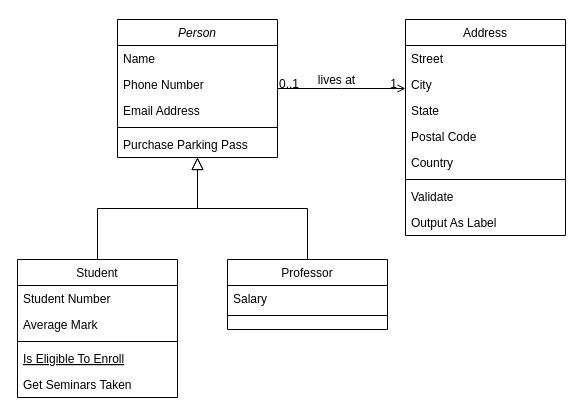
Shiroyasha95/BD1 keeps this draw.io diagram as Ejercicio 1.drawio. Above is the earlier version. Source tidied: cells renumbered, new cells numbered last; positions are measured from the earlier drawing's top-left corner, leaving out a move shared by most shapes. Both pictures are drawn from the tidied source at 100%, with x=0, y=0 at pixel (17, 19).
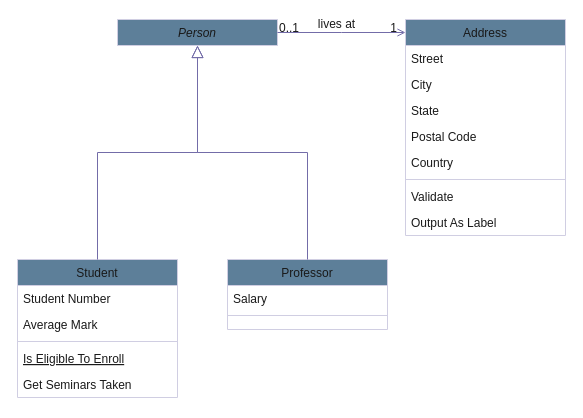
The same page after the edit.

What changed in the source:
```diff
@@
-    <mxCell id="2" value="Person" style="swimlane;fontStyle=2;align=center;verticalAlign=top;horizontal=1;startSize=26;rounded=0;shadow=0;strokeWidth=1;" parent="1" vertex="1">
-      <mxGeometry x="100" width="160" height="138" as="geometry" />
+    <mxCell id="2" value="Person" style="swimlane;fontStyle=2;align=center;verticalAlign=top;horizontal=1;startSize=26;rounded=0;shadow=0;strokeWidth=1;fillColor=#5D7F99;strokeColor=#D0CEE2;fontColor=#1A1A1A;" parent="1" vertex="1" collapsed="1">
+      <mxGeometry x="100" width="160" height="26" as="geometry" />
     </mxCell>
-    <mxCell id="3" value="Name" style="text;align=left;verticalAlign=top;spacingLeft=4;spacingRight=4;overflow=hidden;" parent="2" vertex="1">
-      <mxGeometry y="26" width="160" height="26" as="geometry" />
-    </mxCell>
-    <mxCell id="4" value="Phone Number" style="text;align=left;verticalAlign=top;spacingLeft=4;spacingRight=4;overflow=hidden;rounded=0;shadow=0;html=0;" parent="2" vertex="1">
-      <mxGeometry y="52" width="160" height="26" as="geometry" />
-    </mxCell>
-    <mxCell id="5" value="Email Address" style="text;align=left;verticalAlign=top;spacingLeft=4;spacingRight=4;overflow=hidden;rounded=0;shadow=0;html=0;" parent="2" vertex="1">
-      <mxGeometry y="78" width="160" height="26" as="geometry" />
-    </mxCell>
-    <mxCell id="6" style="line;html=1;strokeWidth=1;align=left;verticalAlign=middle;spacingTop=-1;spacingLeft=3;spacingRight=3;labelPosition=right;" parent="2" vertex="1">
-      <mxGeometry y="104" width="160" height="8" as="geometry" />
-    </mxCell>
-    <mxCell id="7" value="Purchase Parking Pass" style="text;align=left;verticalAlign=top;spacingLeft=4;spacingRight=4;overflow=hidden;" parent="2" vertex="1">
-      <mxGeometry y="112" width="160" height="26" as="geometry" />
-    </mxCell>
-    <mxCell id="8" value="Student" style="swimlane;fontStyle=0;align=center;verticalAlign=top;horizontal=1;startSize=26;rounded=0;shadow=0;strokeWidth=1;" parent="1" vertex="1">
+    <mxCell id="8" value="Student" style="swimlane;fontStyle=0;align=center;verticalAlign=top;horizontal=1;startSize=26;rounded=0;shadow=0;strokeWidth=1;fillColor=#5D7F99;strokeColor=#D0CEE2;fontColor=#1A1A1A;" parent="1" vertex="1">
       <mxGeometry y="240" width="160" height="138" as="geometry" />
     </mxCell>
-    <mxCell id="9" value="Student Number" style="text;align=left;verticalAlign=top;spacingLeft=4;spacingRight=4;overflow=hidden;" parent="8" vertex="1">
+    <mxCell id="9" value="Student Number" style="text;align=left;verticalAlign=top;spacingLeft=4;spacingRight=4;overflow=hidden;fontColor=#1A1A1A;" parent="8" vertex="1">
       <mxGeometry y="26" width="160" height="26" as="geometry" />
     </mxCell>
-    <mxCell id="10" value="Average Mark" style="text;align=left;verticalAlign=top;spacingLeft=4;spacingRight=4;overflow=hidden;rounded=0;shadow=0;html=0;" parent="8" vertex="1">
+    <mxCell id="10" value="Average Mark" style="text;align=left;verticalAlign=top;spacingLeft=4;spacingRight=4;overflow=hidden;rounded=0;shadow=0;html=0;fontColor=#1A1A1A;" parent="8" vertex="1">
       <mxGeometry y="52" width="160" height="26" as="geometry" />
     </mxCell>
-    <mxCell id="11" style="line;html=1;strokeWidth=1;align=left;verticalAlign=middle;spacingTop=-1;spacingLeft=3;spacingRight=3;labelPosition=right;" parent="8" vertex="1">
+    <mxCell id="11" style="line;html=1;strokeWidth=1;align=left;verticalAlign=middle;spacingTop=-1;spacingLeft=3;spacingRight=3;labelPosition=right;fillColor=#5D7F99;strokeColor=#D0CEE2;fontColor=#1A1A1A;" parent="8" vertex="1">
       <mxGeometry y="78" width="160" height="8" as="geometry" />
     </mxCell>
-    <mxCell id="12" value="Is Eligible To Enroll" style="text;align=left;verticalAlign=top;spacingLeft=4;spacingRight=4;overflow=hidden;fontStyle=4;" parent="8" vertex="1">
+    <mxCell id="12" value="Is Eligible To Enroll" style="text;align=left;verticalAlign=top;spacingLeft=4;spacingRight=4;overflow=hidden;fontStyle=4;fontColor=#1A1A1A;" parent="8" vertex="1">
       <mxGeometry y="86" width="160" height="26" as="geometry" />
     </mxCell>
-    <mxCell id="13" value="Get Seminars Taken" style="text;align=left;verticalAlign=top;spacingLeft=4;spacingRight=4;overflow=hidden;" parent="8" vertex="1">
+    <mxCell id="13" value="Get Seminars Taken" style="text;align=left;verticalAlign=top;spacingLeft=4;spacingRight=4;overflow=hidden;fontColor=#1A1A1A;" parent="8" vertex="1">
       <mxGeometry y="112" width="160" height="26" as="geometry" />
     </mxCell>
-    <mxCell id="14" style="endArrow=block;endSize=10;endFill=0;shadow=0;strokeWidth=1;rounded=0;edgeStyle=elbowEdgeStyle;elbow=vertical;" parent="1" edge="1" source="8" target="2">
+    <mxCell id="14" style="endArrow=block;endSize=10;endFill=0;shadow=0;strokeWidth=1;rounded=0;edgeStyle=elbowEdgeStyle;elbow=vertical;strokeColor=#736CA8;fontColor=#1A1A1A;" parent="1" edge="1" source="8" target="2">
       <mxGeometry relative="1" as="geometry" />
     </mxCell>
-    <mxCell id="15" value="Professor" style="swimlane;fontStyle=0;align=center;verticalAlign=top;horizontal=1;startSize=26;rounded=0;shadow=0;strokeWidth=1;" parent="1" vertex="1">
+    <mxCell id="15" value="Professor" style="swimlane;fontStyle=0;align=center;verticalAlign=top;horizontal=1;startSize=26;rounded=0;shadow=0;strokeWidth=1;fillColor=#5D7F99;strokeColor=#D0CEE2;fontColor=#1A1A1A;" parent="1" vertex="1">
       <mxGeometry x="210" y="240" width="160" height="70" as="geometry" />
     </mxCell>
-    <mxCell id="16" value="Salary" style="text;align=left;verticalAlign=top;spacingLeft=4;spacingRight=4;overflow=hidden;" parent="15" vertex="1">
+    <mxCell id="16" value="Salary" style="text;align=left;verticalAlign=top;spacingLeft=4;spacingRight=4;overflow=hidden;fontColor=#1A1A1A;" parent="15" vertex="1">
       <mxGeometry y="26" width="160" height="26" as="geometry" />
     </mxCell>
-    <mxCell id="17" style="line;html=1;strokeWidth=1;align=left;verticalAlign=middle;spacingTop=-1;spacingLeft=3;spacingRight=3;labelPosition=right;" parent="15" vertex="1">
+    <mxCell id="17" style="line;html=1;strokeWidth=1;align=left;verticalAlign=middle;spacingTop=-1;spacingLeft=3;spacingRight=3;labelPosition=right;fillColor=#5D7F99;strokeColor=#D0CEE2;fontColor=#1A1A1A;" parent="15" vertex="1">
       <mxGeometry y="52" width="160" height="8" as="geometry" />
     </mxCell>
-    <mxCell id="18" style="endArrow=block;endSize=10;endFill=0;shadow=0;strokeWidth=1;rounded=0;edgeStyle=elbowEdgeStyle;elbow=vertical;" parent="1" edge="1" source="15" target="2">
+    <mxCell id="18" style="endArrow=block;endSize=10;endFill=0;shadow=0;strokeWidth=1;rounded=0;edgeStyle=elbowEdgeStyle;elbow=vertical;strokeColor=#736CA8;fontColor=#1A1A1A;" parent="1" edge="1" source="15" target="2">
       <mxGeometry relative="1" as="geometry" />
     </mxCell>
-    <mxCell id="19" value="Address" style="swimlane;fontStyle=0;align=center;verticalAlign=top;horizontal=1;startSize=26;rounded=0;shadow=0;strokeWidth=1;" parent="1" vertex="1">
+    <mxCell id="19" value="Address" style="swimlane;fontStyle=0;align=center;verticalAlign=top;horizontal=1;startSize=26;rounded=0;shadow=0;strokeWidth=1;fillColor=#5D7F99;strokeColor=#D0CEE2;fontColor=#1A1A1A;" parent="1" vertex="1">
       <mxGeometry x="388" width="160" height="216" as="geometry" />
     </mxCell>
-    <mxCell id="20" value="Street" style="text;align=left;verticalAlign=top;spacingLeft=4;spacingRight=4;overflow=hidden;" parent="19" vertex="1">
+    <mxCell id="20" value="Street" style="text;align=left;verticalAlign=top;spacingLeft=4;spacingRight=4;overflow=hidden;fontColor=#1A1A1A;" parent="19" vertex="1">
       <mxGeometry y="26" width="160" height="26" as="geometry" />
     </mxCell>
-    <mxCell id="21" value="City" style="text;align=left;verticalAlign=top;spacingLeft=4;spacingRight=4;overflow=hidden;rounded=0;shadow=0;html=0;" parent="19" vertex="1">
+    <mxCell id="21" value="City" style="text;align=left;verticalAlign=top;spacingLeft=4;spacingRight=4;overflow=hidden;rounded=0;shadow=0;html=0;fontColor=#1A1A1A;" parent="19" vertex="1">
       <mxGeometry y="52" width="160" height="26" as="geometry" />
     </mxCell>
-    <mxCell id="22" value="State" style="text;align=left;verticalAlign=top;spacingLeft=4;spacingRight=4;overflow=hidden;rounded=0;shadow=0;html=0;" parent="19" vertex="1">
+    <mxCell id="22" value="State" style="text;align=left;verticalAlign=top;spacingLeft=4;spacingRight=4;overflow=hidden;rounded=0;shadow=0;html=0;fontColor=#1A1A1A;" parent="19" vertex="1">
       <mxGeometry y="78" width="160" height="26" as="geometry" />
     </mxCell>
-    <mxCell id="23" value="Postal Code" style="text;align=left;verticalAlign=top;spacingLeft=4;spacingRight=4;overflow=hidden;rounded=0;shadow=0;html=0;" parent="19" vertex="1">
+    <mxCell id="23" value="Postal Code" style="text;align=left;verticalAlign=top;spacingLeft=4;spacingRight=4;overflow=hidden;rounded=0;shadow=0;html=0;fontColor=#1A1A1A;" parent="19" vertex="1">
       <mxGeometry y="104" width="160" height="26" as="geometry" />
     </mxCell>
-    <mxCell id="24" value="Country" style="text;align=left;verticalAlign=top;spacingLeft=4;spacingRight=4;overflow=hidden;rounded=0;shadow=0;html=0;" parent="19" vertex="1">
+    <mxCell id="24" value="Country" style="text;align=left;verticalAlign=top;spacingLeft=4;spacingRight=4;overflow=hidden;rounded=0;shadow=0;html=0;fontColor=#1A1A1A;" parent="19" vertex="1">
       <mxGeometry y="130" width="160" height="26" as="geometry" />
     </mxCell>
-    <mxCell id="25" style="line;html=1;strokeWidth=1;align=left;verticalAlign=middle;spacingTop=-1;spacingLeft=3;spacingRight=3;labelPosition=right;" parent="19" vertex="1">
+    <mxCell id="25" style="line;html=1;strokeWidth=1;align=left;verticalAlign=middle;spacingTop=-1;spacingLeft=3;spacingRight=3;labelPosition=right;fillColor=#5D7F99;strokeColor=#D0CEE2;fontColor=#1A1A1A;" parent="19" vertex="1">
       <mxGeometry y="156" width="160" height="8" as="geometry" />
     </mxCell>
-    <mxCell id="26" value="Validate" style="text;align=left;verticalAlign=top;spacingLeft=4;spacingRight=4;overflow=hidden;" parent="19" vertex="1">
+    <mxCell id="26" value="Validate" style="text;align=left;verticalAlign=top;spacingLeft=4;spacingRight=4;overflow=hidden;fontColor=#1A1A1A;" parent="19" vertex="1">
       <mxGeometry y="164" width="160" height="26" as="geometry" />
     </mxCell>
-    <mxCell id="27" value="Output As Label" style="text;align=left;verticalAlign=top;spacingLeft=4;spacingRight=4;overflow=hidden;" parent="19" vertex="1">
+    <mxCell id="27" value="Output As Label" style="text;align=left;verticalAlign=top;spacingLeft=4;spacingRight=4;overflow=hidden;fontColor=#1A1A1A;" parent="19" vertex="1">
       <mxGeometry y="190" width="160" height="26" as="geometry" />
     </mxCell>
-    <mxCell id="28" style="endArrow=open;shadow=0;strokeWidth=1;rounded=0;endFill=1;edgeStyle=elbowEdgeStyle;elbow=vertical;" parent="1" edge="1" source="2" target="19">
+    <mxCell id="28" style="endArrow=open;shadow=0;strokeWidth=1;rounded=0;endFill=1;edgeStyle=elbowEdgeStyle;elbow=vertical;strokeColor=#736CA8;fontColor=#1A1A1A;" parent="1" edge="1" source="2" target="19">
       <mxGeometry x="0.5" y="41" relative="1" as="geometry">
         <mxPoint x="-40" y="32" as="offset" />
       </mxGeometry>
     </mxCell>
-    <mxCell id="29" value="0..1" style="align=left;verticalAlign=bottom;labelBackgroundColor=none;fontSize=12;" parent="28" vertex="1">
+    <mxCell id="29" value="0..1" style="align=left;verticalAlign=bottom;labelBackgroundColor=none;fontSize=12;fillColor=#5D7F99;strokeColor=#D0CEE2;fontColor=#1A1A1A;" parent="28" vertex="1">
       <mxGeometry x="-1" relative="1" as="geometry">
         <mxPoint y="4" as="offset" />
       </mxGeometry>
     </mxCell>
-    <mxCell id="30" value="1" style="align=right;verticalAlign=bottom;labelBackgroundColor=none;fontSize=12;" parent="28" vertex="1">
+    <mxCell id="30" value="1" style="align=right;verticalAlign=bottom;labelBackgroundColor=none;fontSize=12;fillColor=#5D7F99;strokeColor=#D0CEE2;fontColor=#1A1A1A;" parent="28" vertex="1">
       <mxGeometry x="1" relative="1" as="geometry">
         <mxPoint x="-7" y="4" as="offset" />
       </mxGeometry>
     </mxCell>
-    <mxCell id="31" value="lives at" style="text;html=1;align=center;verticalAlign=middle;labelBackgroundColor=none;rounded=0;shadow=0;strokeWidth=1;fontSize=12;" parent="28" vertex="1">
+    <mxCell id="31" value="lives at" style="text;html=1;align=center;verticalAlign=middle;labelBackgroundColor=none;rounded=0;shadow=0;strokeWidth=1;fontSize=12;fontColor=#1A1A1A;" parent="28" vertex="1">
       <mxGeometry x="0.5" y="49" relative="1" as="geometry">
         <mxPoint x="-38" y="40" as="offset" />
       </mxGeometry>
     </mxCell>
```
